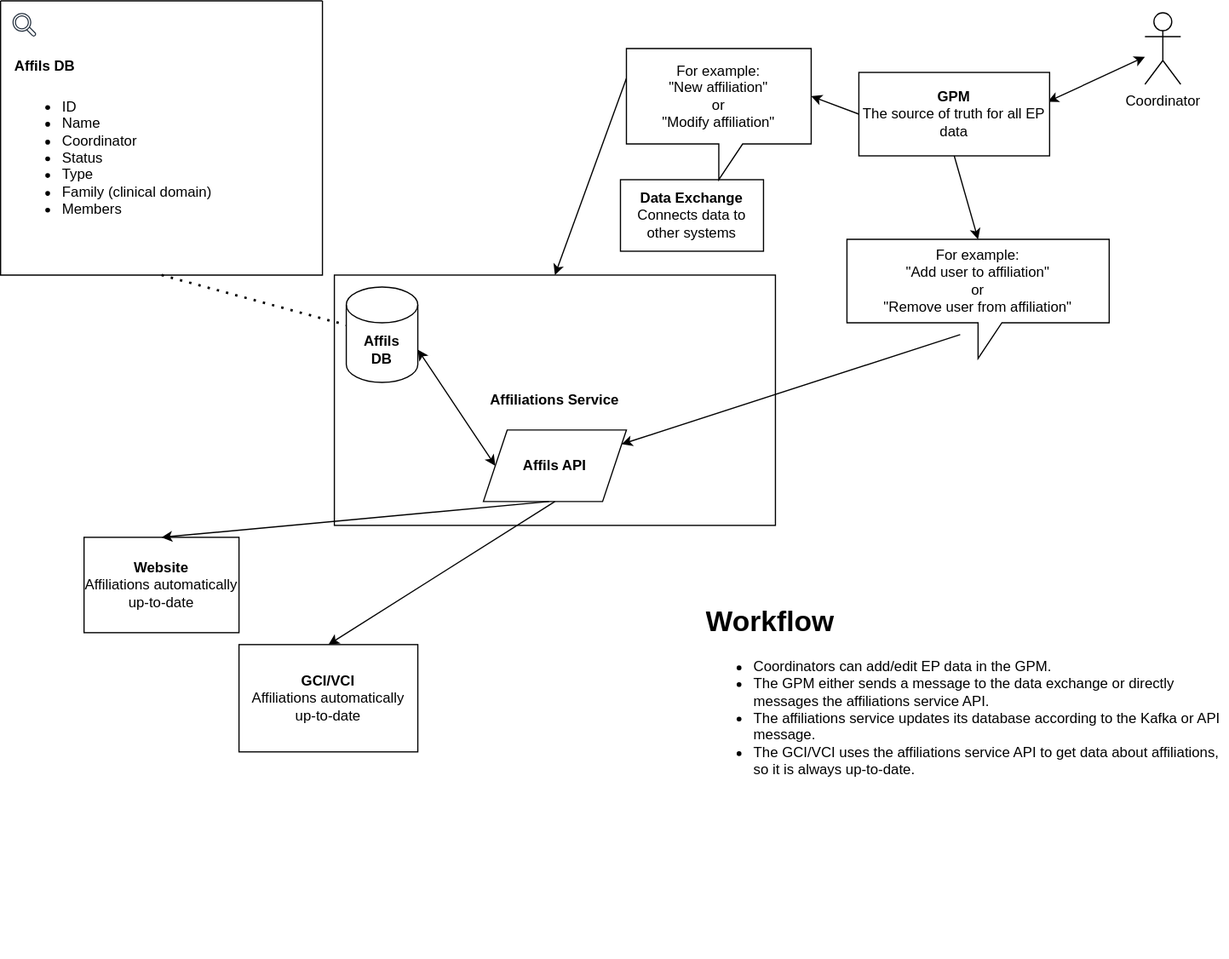
Before: doc/diagrams/desired-affiliations-workflow.svg, a diagram exported from draw.io (ClinGen/stanford-affils). Source tidied: cells renumbered, new cells last; positions are measured from the earlier drawing's top-left corner, leaving out a move shared by most shapes.
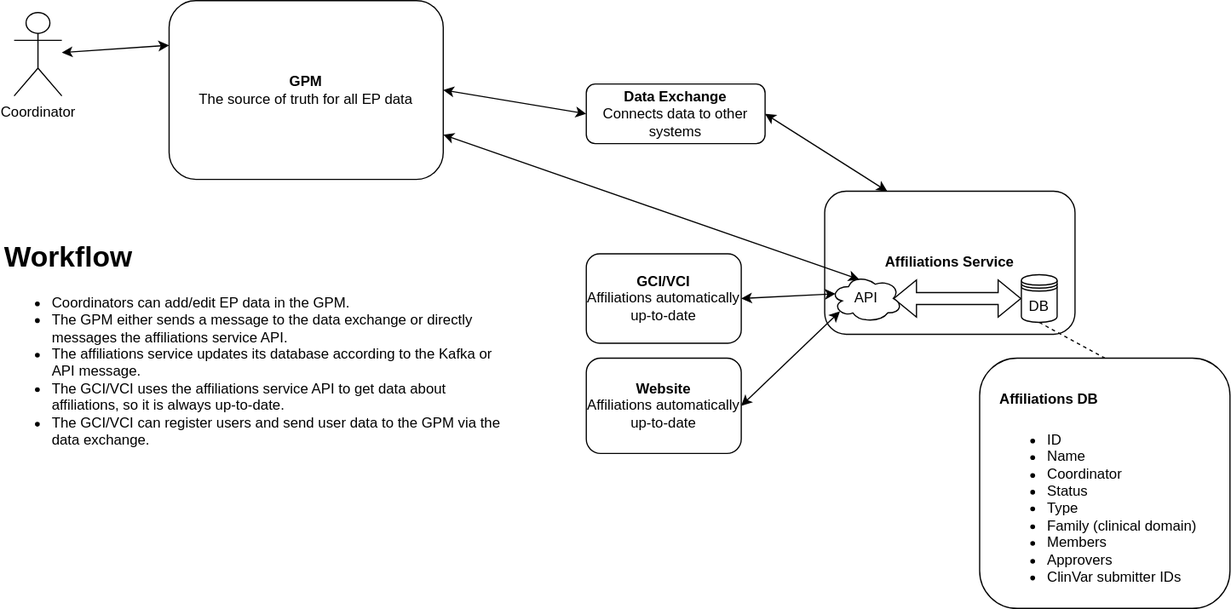
Above is the later version.

Commit message:
Update desired affiliations workflow diagram

Add some improvements Matt suggested.

What changed in the source:
```diff
@@ -3,75 +3,61 @@
     <mxCell id="0" />
     <mxCell id="1" parent="0" />
     <mxCell id="2" value="Coordinator" style="shape=umlActor;verticalLabelPosition=bottom;verticalAlign=top;html=1;outlineConnect=0;" parent="1" vertex="1">
-      <mxGeometry x="960" y="10" width="30" height="60" as="geometry" />
+      <mxGeometry y="880" width="40" height="70" as="geometry" />
     </mxCell>
-    <mxCell id="3" style="endArrow=classic;startArrow=classic;html=1;rounded=0;exitX=0.991;exitY=0.351;exitDx=0;exitDy=0;exitPerimeter=0;" parent="1" edge="1" source="4" target="2">
-      <mxGeometry relative="1" as="geometry" />
-    </mxCell>
-    <mxCell id="4" value="&lt;b&gt;GPM&lt;/b&gt;&lt;div&gt;The source of truth for all EP data&lt;/div&gt;" style="rounded=0;whiteSpace=wrap;html=1;" parent="1" vertex="1">
-      <mxGeometry x="720" y="60" width="160" height="70" as="geometry" />
+    <mxCell id="4" value="&lt;b&gt;GPM&lt;/b&gt;&lt;div&gt;The source of truth for all EP data&lt;/div&gt;" style="rounded=1;whiteSpace=wrap;html=1;" parent="1" vertex="1">
+      <mxGeometry x="130" y="870" width="230" height="150" as="geometry" />
     </mxCell>
-    <mxCell id="5" value="&lt;b&gt;Data Exchange&lt;/b&gt;&lt;div&gt;Connects data to other systems&lt;/div&gt;" style="rounded=0;whiteSpace=wrap;html=1;" parent="1" vertex="1">
-      <mxGeometry x="520" y="150" width="120" height="60" as="geometry" />
+    <mxCell id="5" value="&lt;b&gt;Data Exchange&lt;/b&gt;&lt;div&gt;Connects data to other systems&lt;/div&gt;" style="rounded=1;whiteSpace=wrap;html=1;" parent="1" vertex="1">
+      <mxGeometry x="480" y="940" width="150" height="50" as="geometry" />
     </mxCell>
-    <mxCell id="6" value="&lt;b&gt;Affiliations Service&lt;/b&gt;" style="rounded=0;whiteSpace=wrap;html=1;" parent="1" vertex="1">
-      <mxGeometry x="280" y="230" width="370" height="210" as="geometry" />
+    <mxCell id="6" value="&lt;b&gt;Affiliations Service&lt;/b&gt;" style="rounded=1;whiteSpace=wrap;html=1;" parent="1" vertex="1">
+      <mxGeometry x="680" y="1030" width="210" height="120" as="geometry" />
     </mxCell>
-    <mxCell id="7" style="endArrow=classic;html=1;rounded=0;exitX=0;exitY=0.5;exitDx=0;exitDy=0;entryX=0;entryY=0;entryDx=155;entryDy=40;entryPerimeter=0;" parent="1" edge="1" source="4" target="12">
-      <mxGeometry relative="1" as="geometry" />
-    </mxCell>
-    <mxCell id="8" value="&lt;b&gt;Affils&lt;/b&gt;&lt;div&gt;&lt;b&gt;DB&lt;/b&gt;&lt;/div&gt;" style="shape=cylinder3;whiteSpace=wrap;html=1;boundedLbl=1;backgroundOutline=1;size=15;" parent="1" vertex="1">
-      <mxGeometry x="290" y="240" width="60" height="80" as="geometry" />
-    </mxCell>
-    <mxCell id="9" value="&lt;b&gt;Affils API&lt;/b&gt;" style="shape=parallelogram;perimeter=parallelogramPerimeter;whiteSpace=wrap;html=1;fixedSize=1;" parent="1" vertex="1">
-      <mxGeometry x="405" y="360" width="120" height="60" as="geometry" />
-    </mxCell>
+    <mxCell id="25" value="DB" style="shape=datastore;whiteSpace=wrap;html=1;" parent="1" vertex="1">
+      <mxGeometry x="845" y="1100" width="30" height="40" as="geometry" />
+    </mxCell>
+    <mxCell id="26" style="shape=flexArrow;endArrow=classic;startArrow=classic;html=1;rounded=0;entryX=0;entryY=0.5;entryDx=0;entryDy=0;exitX=0.875;exitY=0.5;exitDx=0;exitDy=0;exitPerimeter=0;" parent="1" edge="1" source="27" target="25">
+      <mxGeometry relative="1" as="geometry" />
+    </mxCell>
+    <mxCell id="27" value="API" style="ellipse;shape=cloud;whiteSpace=wrap;html=1;" parent="1" vertex="1">
+      <mxGeometry x="685" y="1100" width="60" height="40" as="geometry" />
+    </mxCell>
-    <mxCell id="10" value="&lt;b&gt;GCI/VCI&lt;/b&gt;&lt;div&gt;Affiliations automatically up-to-date&lt;br&gt;&lt;/div&gt;" style="rounded=0;whiteSpace=wrap;html=1;" parent="1" vertex="1">
-      <mxGeometry x="200" y="540" width="150" height="90" as="geometry" />
+    <mxCell id="10" value="&lt;b&gt;GCI/VCI&lt;/b&gt;&lt;div&gt;Affiliations automatically up-to-date&lt;b&gt;&lt;br&gt;&lt;/b&gt;&lt;/div&gt;" style="rounded=1;whiteSpace=wrap;html=1;" parent="1" vertex="1">
+      <mxGeometry x="480" y="1082.5" width="130" height="75" as="geometry" />
     </mxCell>
-    <mxCell id="11" value="&lt;div&gt;For example:&lt;/div&gt;&quot;Add user to affiliation&quot;&lt;div&gt;or&lt;/div&gt;&lt;div&gt;&quot;Remove user from affiliation&quot;&lt;/div&gt;" style="shape=callout;whiteSpace=wrap;html=1;perimeter=calloutPerimeter;" parent="1" vertex="1">
-      <mxGeometry x="710" y="200" width="220" height="100" as="geometry" />
-    </mxCell>
-    <mxCell id="12" value="&lt;div&gt;For example:&lt;/div&gt;&quot;New affiliation&quot;&lt;div&gt;or&lt;/div&gt;&lt;div&gt;&quot;Modify affiliation&quot;&lt;/div&gt;" style="shape=callout;whiteSpace=wrap;html=1;perimeter=calloutPerimeter;" parent="1" vertex="1">
-      <mxGeometry x="525" y="40" width="155" height="110" as="geometry" />
-    </mxCell>
-    <mxCell id="13" style="sketch=0;fontColor=#232F3E;gradientColor=none;fillColor=#232F3D;strokeColor=none;dashed=0;verticalLabelPosition=bottom;verticalAlign=top;align=center;html=1;fontSize=12;fontStyle=0;shape=mxgraph.aws4.magnifying_glass_2;" parent="1" vertex="1">
-      <mxGeometry x="10" y="10" width="20" height="20" as="geometry" />
-    </mxCell>
-    <mxCell id="14" style="swimlane;startSize=0;" parent="1" vertex="1">
-      <mxGeometry width="270" height="230" as="geometry" />
-    </mxCell>
-    <mxCell id="15" value="&lt;h1 style=&quot;margin-top: 0px;&quot;&gt;&lt;font style=&quot;font-size: 12px;&quot;&gt;Affils DB&lt;/font&gt;&lt;/h1&gt;&lt;p&gt;&lt;/p&gt;&lt;ul&gt;&lt;li&gt;ID&lt;/li&gt;&lt;li&gt;Name&lt;/li&gt;&lt;li&gt;Coordinator&lt;/li&gt;&lt;li&gt;Status&lt;/li&gt;&lt;li&gt;Type&lt;/li&gt;&lt;li&gt;Family (clinical domain)&lt;/li&gt;&lt;li&gt;Members&lt;/li&gt;&lt;/ul&gt;&lt;p&gt;&lt;/p&gt;" style="text;html=1;whiteSpace=wrap;overflow=hidden;rounded=0;" parent="14" vertex="1">
-      <mxGeometry x="10" y="30" width="230" height="190" as="geometry" />
-    </mxCell>
-    <mxCell id="16" style="endArrow=classic;html=1;rounded=0;exitX=0.5;exitY=1;exitDx=0;exitDy=0;entryX=0.5;entryY=0;entryDx=0;entryDy=0;entryPerimeter=0;" parent="1" edge="1" source="4" target="11">
-      <mxGeometry relative="1" as="geometry" />
-    </mxCell>
-    <mxCell id="17" style="endArrow=classic;html=1;rounded=0;exitX=0;exitY=0;exitDx=95;exitDy=80;exitPerimeter=0;" parent="1" edge="1" source="11" target="9">
-      <mxGeometry relative="1" as="geometry" />
-    </mxCell>
-    <mxCell id="18" style="endArrow=classic;html=1;rounded=0;entryX=0.5;entryY=0;entryDx=0;entryDy=0;exitX=0;exitY=0;exitDx=0;exitDy=25;exitPerimeter=0;" parent="1" edge="1" source="12" target="6">
-      <mxGeometry relative="1" as="geometry" />
-    </mxCell>
-    <mxCell id="19" style="endArrow=classic;html=1;rounded=0;exitX=0.5;exitY=1;exitDx=0;exitDy=0;entryX=0.5;entryY=0;entryDx=0;entryDy=0;" parent="1" edge="1" source="9" target="10">
-      <mxGeometry relative="1" as="geometry" />
-    </mxCell>
-    <mxCell id="20" style="endArrow=none;dashed=1;html=1;dashPattern=1 3;strokeWidth=2;rounded=0;exitX=0.5;exitY=1;exitDx=0;exitDy=0;" parent="1" edge="1" source="14" target="8">
-      <mxGeometry relative="1" as="geometry" />
-    </mxCell>
-    <mxCell id="21" style="endArrow=classic;startArrow=classic;html=1;rounded=0;exitX=1;exitY=0;exitDx=0;exitDy=52.5;exitPerimeter=0;entryX=0;entryY=0.5;entryDx=0;entryDy=0;" parent="1" edge="1" source="8" target="9">
-      <mxGeometry relative="1" as="geometry" />
-    </mxCell>
-    <mxCell id="22" value="&lt;h1 style=&quot;margin-top: 0px;&quot;&gt;Workflow&lt;/h1&gt;&lt;p&gt;&lt;/p&gt;&lt;ul&gt;&lt;li&gt;Coordinators can add/edit EP data in the GPM.&lt;/li&gt;&lt;li&gt;The GPM either sends a message to the data exchange or directly messages the affiliations service API.&lt;/li&gt;&lt;li&gt;The affiliations service updates its database according to the Kafka or API message.&lt;/li&gt;&lt;li&gt;The GCI/VCI uses the affiliations service API to get data about affiliations, so it is always up-to-date.&lt;/li&gt;&lt;/ul&gt;&lt;p&gt;&lt;/p&gt;" style="text;html=1;whiteSpace=wrap;overflow=hidden;rounded=0;" parent="1" vertex="1">
-      <mxGeometry x="590" y="500" width="440" height="300" as="geometry" />
-    </mxCell>
+    <mxCell id="28" style="endArrow=classic;startArrow=classic;html=1;rounded=0;entryX=0;entryY=0.25;entryDx=0;entryDy=0;" parent="1" edge="1" source="2" target="4">
+      <mxGeometry relative="1" as="geometry" />
+    </mxCell>
+    <mxCell id="29" style="endArrow=classic;startArrow=classic;html=1;rounded=0;exitX=1;exitY=0.5;exitDx=0;exitDy=0;entryX=0;entryY=0.5;entryDx=0;entryDy=0;" parent="1" edge="1" source="4" target="5">
+      <mxGeometry relative="1" as="geometry" />
+    </mxCell>
+    <mxCell id="30" style="endArrow=classic;startArrow=classic;html=1;rounded=0;exitX=1;exitY=0.5;exitDx=0;exitDy=0;entryX=0.25;entryY=0;entryDx=0;entryDy=0;" parent="1" edge="1" source="5" target="6">
+      <mxGeometry relative="1" as="geometry" />
+    </mxCell>
-    <mxCell id="23" value="&lt;b&gt;Website&lt;/b&gt;&lt;div&gt;Affiliations automatically up-to-date&lt;b&gt;&lt;br&gt;&lt;/b&gt;&lt;/div&gt;" style="rounded=0;whiteSpace=wrap;html=1;" parent="1" vertex="1">
-      <mxGeometry x="70" y="450" width="130" height="80" as="geometry" />
+    <mxCell id="23" value="&lt;b&gt;Website&lt;/b&gt;&lt;div&gt;Affiliations automatically up-to-date&lt;b&gt;&lt;br&gt;&lt;/b&gt;&lt;/div&gt;" style="rounded=1;whiteSpace=wrap;html=1;" parent="1" vertex="1">
+      <mxGeometry x="480" y="1170" width="130" height="80" as="geometry" />
     </mxCell>
-    <mxCell id="24" style="endArrow=classic;html=1;rounded=0;entryX=0.5;entryY=0;entryDx=0;entryDy=0;" parent="1" edge="1" target="23">
-      <mxGeometry relative="1" as="geometry">
-        <mxPoint x="460" y="420" as="sourcePoint" />
-      </mxGeometry>
-    </mxCell>
+    <mxCell id="31" style="endArrow=classic;startArrow=classic;html=1;rounded=0;entryX=0.13;entryY=0.77;entryDx=0;entryDy=0;entryPerimeter=0;exitX=1;exitY=0.5;exitDx=0;exitDy=0;" parent="1" edge="1" source="23" target="27">
+      <mxGeometry relative="1" as="geometry" />
+    </mxCell>
+    <mxCell id="32" style="endArrow=classic;startArrow=classic;html=1;rounded=0;exitX=1;exitY=0.5;exitDx=0;exitDy=0;entryX=0.07;entryY=0.4;entryDx=0;entryDy=0;entryPerimeter=0;" parent="1" edge="1" source="10" target="27">
+      <mxGeometry relative="1" as="geometry" />
+    </mxCell>
+    <mxCell id="33" style="whiteSpace=wrap;html=1;rounded=1;" parent="1" vertex="1">
+      <mxGeometry x="810" y="1170" width="210" height="210" as="geometry" />
+    </mxCell>
+    <mxCell id="34" value="&lt;h1 style=&quot;margin-top: 0px;&quot;&gt;&lt;font style=&quot;font-size: 12px;&quot;&gt;Affiliations DB&lt;/font&gt;&lt;/h1&gt;&lt;div&gt;&lt;ul&gt;&lt;li style=&quot;&quot;&gt;&lt;font style=&quot;&quot;&gt;ID&lt;/font&gt;&lt;/li&gt;&lt;li style=&quot;&quot;&gt;&lt;font style=&quot;&quot;&gt;Name&lt;/font&gt;&lt;/li&gt;&lt;li style=&quot;&quot;&gt;&lt;font style=&quot;&quot;&gt;Coordinator&lt;/font&gt;&lt;/li&gt;&lt;li style=&quot;&quot;&gt;&lt;font style=&quot;&quot;&gt;Status&lt;/font&gt;&lt;/li&gt;&lt;li style=&quot;&quot;&gt;&lt;font style=&quot;&quot;&gt;Type&lt;/font&gt;&lt;/li&gt;&lt;li style=&quot;&quot;&gt;&lt;font style=&quot;&quot;&gt;Family (clinical domain)&lt;/font&gt;&lt;/li&gt;&lt;li style=&quot;&quot;&gt;&lt;font style=&quot;&quot;&gt;Members&lt;/font&gt;&lt;/li&gt;&lt;li style=&quot;&quot;&gt;&lt;font style=&quot;&quot;&gt;Approvers&lt;/font&gt;&lt;/li&gt;&lt;li style=&quot;&quot;&gt;&lt;font style=&quot;&quot;&gt;ClinVar submitter IDs&lt;/font&gt;&lt;/li&gt;&lt;/ul&gt;&lt;/div&gt;" style="text;html=1;whiteSpace=wrap;overflow=hidden;rounded=0;" parent="1" vertex="1">
+      <mxGeometry x="825" y="1180" width="180" height="190" as="geometry" />
+    </mxCell>
+    <mxCell id="35" style="endArrow=none;dashed=1;html=1;rounded=0;entryX=0.5;entryY=0;entryDx=0;entryDy=0;exitX=0.5;exitY=1;exitDx=0;exitDy=0;" parent="1" edge="1" source="25" target="33">
+      <mxGeometry relative="1" as="geometry" />
+    </mxCell>
+    <mxCell id="36" value="&lt;h1 style=&quot;margin-top: 0px;&quot;&gt;Workflow&lt;/h1&gt;&lt;p&gt;&lt;/p&gt;&lt;ul&gt;&lt;li&gt;Coordinators can add/edit EP data in the GPM.&lt;/li&gt;&lt;li&gt;The GPM either sends a message to the data exchange or directly messages the affiliations service API.&lt;/li&gt;&lt;li&gt;The affiliations service updates its database according to the Kafka or API message.&lt;/li&gt;&lt;li&gt;The GCI/VCI uses the affiliations service API to get data about affiliations, so it is always up-to-date.&lt;/li&gt;&lt;li&gt;The GCI/VCI can register users and send user data to the GPM via the data exchange.&lt;/li&gt;&lt;/ul&gt;&lt;p&gt;&lt;/p&gt;" style="text;html=1;whiteSpace=wrap;overflow=hidden;rounded=0;" parent="1" vertex="1">
+      <mxGeometry x="-10" y="1065" width="430" height="195" as="geometry" />
+    </mxCell>
+    <mxCell id="37" style="endArrow=classic;startArrow=classic;html=1;rounded=0;exitX=1;exitY=0.75;exitDx=0;exitDy=0;entryX=0.4;entryY=0.1;entryDx=0;entryDy=0;entryPerimeter=0;" parent="1" edge="1" source="4" target="27">
+      <mxGeometry relative="1" as="geometry" />
+    </mxCell>
   </root>
 </mxGraphModel>
```
